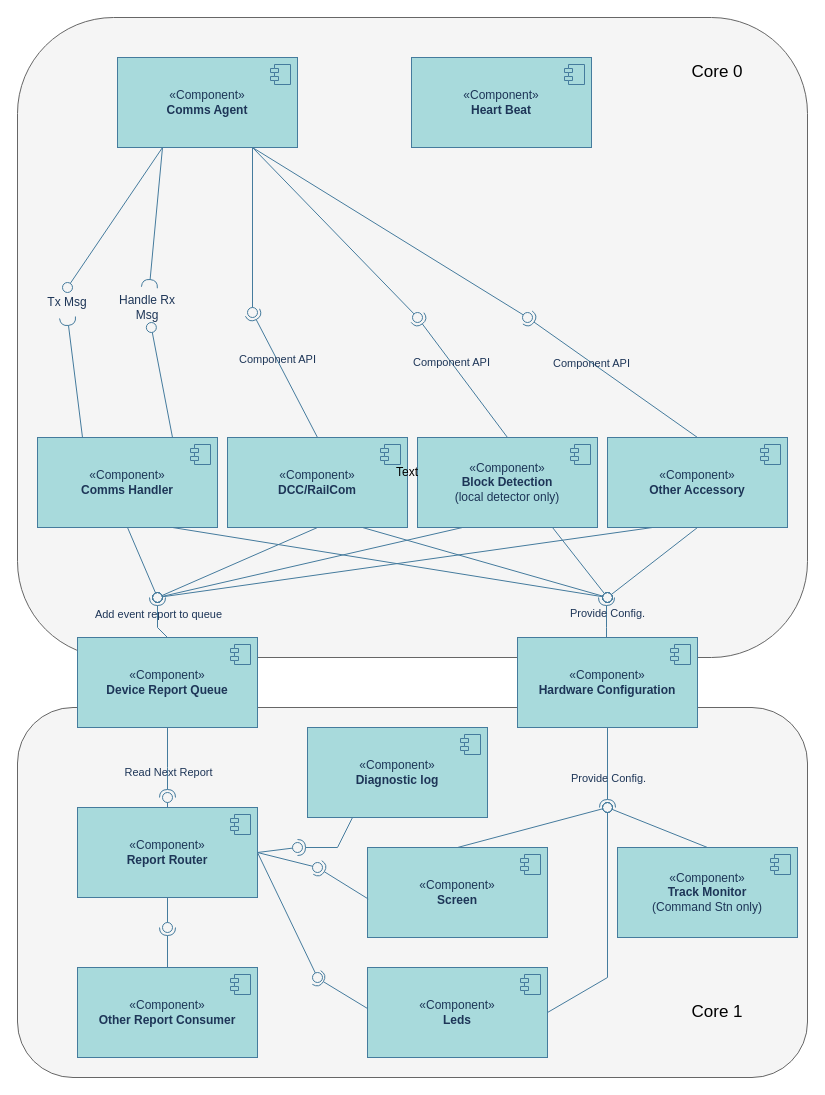
redhead-p/rp2da2 keeps this draw.io diagram as docs/softwaredesign.drawio. Above is the earlier version. Source tidied: cells renumbered, new cells numbered last; positions are measured from the earlier drawing's top-left corner, leaving out a move shared by most shapes. Both pictures are drawn from the tidied source at 100%, with x=0, y=0 at pixel (17, 17).
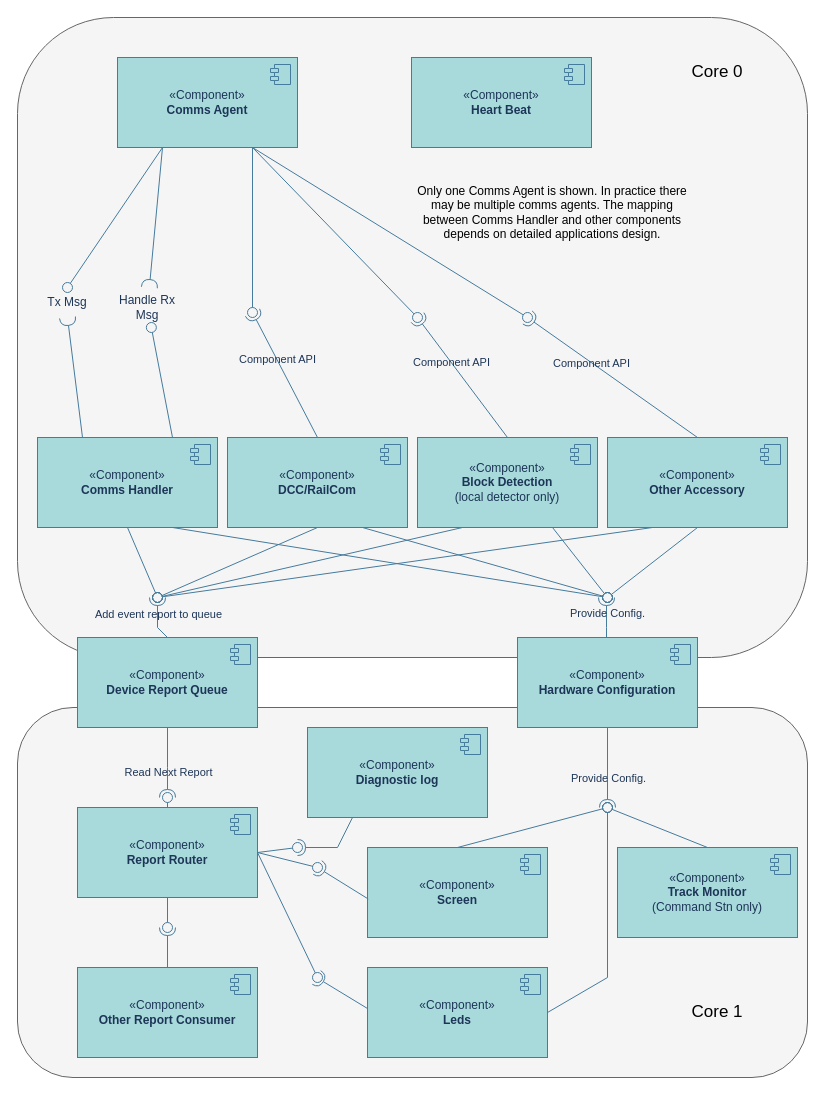
After the change.

Diff of the diagram source:
```diff
@@
-    <mxCell id="70" value="Text" style="text;html=1;whiteSpace=wrap;strokeColor=none;fillColor=none;align=center;verticalAlign=middle;rounded=0;" parent="1" vertex="1">
-      <mxGeometry x="360" y="440" width="60" height="30" as="geometry" />
-    </mxCell>
@@
+    <mxCell id="83" value="Only one Comms Agent is shown. In practice there may be multiple comms agents. The mapping between Comms Handler and other components depends on detailed applications design." style="text;html=1;whiteSpace=wrap;strokeColor=none;fillColor=none;align=center;verticalAlign=middle;rounded=0;" parent="1" vertex="1">
+      <mxGeometry x="390" y="170" width="290" height="50" as="geometry" />
+    </mxCell>
```
